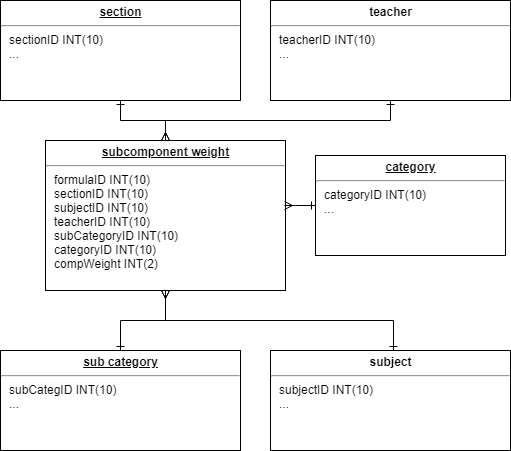
Earlier version of the draw.io export SP/Subcomponent-Weight.png (blankart/dhla-web-app). Source tidied: cells renumbered, new cells last; positions are measured from the earlier drawing's top-left corner, leaving out a move shared by most shapes. The source it was exported from:
```xml
<mxGraphModel background="#ffffff">
  <root>
    <mxCell id="0" />
    <mxCell id="1" parent="0" />
    <mxCell id="2" value="&lt;p style=&quot;margin: 0px ; margin-top: 4px ; text-align: center ; text-decoration: underline&quot;&gt;&lt;b&gt;subcomponent weight&lt;/b&gt;&lt;/p&gt;&lt;hr&gt;&lt;p style=&quot;margin: 0px ; margin-left: 8px&quot;&gt;formulaID INT(10)&lt;/p&gt;&lt;p style=&quot;margin: 0px ; margin-left: 8px&quot;&gt;sectionID INT(10)&lt;/p&gt;&lt;p style=&quot;margin: 0px ; margin-left: 8px&quot;&gt;subjectID INT(10)&lt;/p&gt;&lt;p style=&quot;margin: 0px ; margin-left: 8px&quot;&gt;teacherID INT(10)&lt;/p&gt;&lt;p style=&quot;margin: 0px ; margin-left: 8px&quot;&gt;subCategoryID INT(10)&lt;/p&gt;&lt;p style=&quot;margin: 0px ; margin-left: 8px&quot;&gt;categoryID INT(10)&lt;/p&gt;&lt;p style=&quot;margin: 0px ; margin-left: 8px&quot;&gt;compWeight INT(2)&lt;/p&gt;" style="verticalAlign=top;align=left;overflow=fill;fontSize=12;fontFamily=Helvetica;html=1;rounded=0;shadow=0;comic=0;labelBackgroundColor=none;strokeColor=#000000;strokeWidth=1;fillColor=#ffffff;" parent="1" vertex="1">
      <mxGeometry x="45" y="140" width="240" height="150" as="geometry" />
    </mxCell>
    <mxCell id="3" value="&lt;p style=&quot;margin: 0px ; margin-top: 4px ; text-align: center ; text-decoration: underline&quot;&gt;&lt;b&gt;sub category&lt;/b&gt;&lt;/p&gt;&lt;hr&gt;&lt;p style=&quot;margin: 0px ; margin-left: 8px&quot;&gt;subCategID INT(10)&lt;/p&gt;&lt;p style=&quot;margin: 0px ; margin-left: 8px&quot;&gt;...&lt;/p&gt;" style="verticalAlign=top;align=left;overflow=fill;fontSize=12;fontFamily=Helvetica;html=1;rounded=0;shadow=0;comic=0;labelBackgroundColor=none;strokeColor=#000000;strokeWidth=1;fillColor=#ffffff;" parent="1" vertex="1">
      <mxGeometry y="350" width="240" height="100" as="geometry" />
    </mxCell>
    <mxCell id="4" value="&lt;p style=&quot;margin: 4px 0px 0px ; text-align: center&quot;&gt;&lt;b&gt;subject&lt;/b&gt;&lt;/p&gt;&lt;hr&gt;&lt;p style=&quot;margin: 0px 0px 0px 8px&quot;&gt;subjectID INT(10)&lt;/p&gt;&lt;p style=&quot;margin: 0px 0px 0px 8px&quot;&gt;...&lt;/p&gt;" style="verticalAlign=top;align=left;overflow=fill;fontSize=12;fontFamily=Helvetica;html=1;rounded=0;shadow=0;comic=0;labelBackgroundColor=none;strokeColor=#000000;strokeWidth=1;fillColor=#ffffff;" parent="1" vertex="1">
      <mxGeometry x="270" y="350" width="240" height="100" as="geometry" />
    </mxCell>
    <mxCell id="5" style="endArrow=ERmany;html=1;entryX=0.5;entryY=1;entryDx=0;entryDy=0;edgeStyle=orthogonalEdgeStyle;rounded=0;exitX=0.5;exitY=0;exitDx=0;exitDy=0;startArrow=ERone;startFill=0;endFill=0;" parent="1" edge="1" source="3" target="2">
      <mxGeometry relative="1" as="geometry">
        <Array as="points">
          <mxPoint x="120" y="320" />
          <mxPoint x="165" y="320" />
        </Array>
      </mxGeometry>
    </mxCell>
    <mxCell id="6" style="endArrow=ERmany;html=1;edgeStyle=orthogonalEdgeStyle;rounded=0;exitX=0.513;exitY=-0.004;exitDx=0;exitDy=0;startArrow=ERone;startFill=0;endFill=0;exitPerimeter=0;" parent="1" edge="1" source="4">
      <mxGeometry relative="1" as="geometry">
        <mxPoint x="165" y="290" as="targetPoint" />
        <Array as="points">
          <mxPoint x="393" y="320" />
          <mxPoint x="165" y="320" />
          <mxPoint x="165" y="290" />
        </Array>
      </mxGeometry>
    </mxCell>
    <mxCell id="7" value="&lt;p style=&quot;margin: 4px 0px 0px ; text-align: center&quot;&gt;&lt;b&gt;teacher&lt;/b&gt;&lt;/p&gt;&lt;hr&gt;&lt;p style=&quot;margin: 0px 0px 0px 8px&quot;&gt;teacherID INT(10)&lt;/p&gt;&lt;p style=&quot;margin: 0px 0px 0px 8px&quot;&gt;...&lt;/p&gt;" style="verticalAlign=top;align=left;overflow=fill;fontSize=12;fontFamily=Helvetica;html=1;rounded=0;shadow=0;comic=0;labelBackgroundColor=none;strokeColor=#000000;strokeWidth=1;fillColor=#ffffff;" parent="1" vertex="1">
      <mxGeometry x="270" width="240" height="100" as="geometry" />
    </mxCell>
    <mxCell id="8" value="&lt;p style=&quot;margin: 0px ; margin-top: 4px ; text-align: center ; text-decoration: underline&quot;&gt;&lt;b&gt;section&lt;/b&gt;&lt;/p&gt;&lt;hr&gt;&lt;p style=&quot;margin: 0px ; margin-left: 8px&quot;&gt;sectionID INT(10)&lt;/p&gt;&lt;p style=&quot;margin: 0px ; margin-left: 8px&quot;&gt;...&lt;/p&gt;" style="verticalAlign=top;align=left;overflow=fill;fontSize=12;fontFamily=Helvetica;html=1;rounded=0;shadow=0;comic=0;labelBackgroundColor=none;strokeColor=#000000;strokeWidth=1;fillColor=#ffffff;" parent="1" vertex="1">
      <mxGeometry width="240" height="100" as="geometry" />
    </mxCell>
    <mxCell id="9" style="endArrow=ERmany;html=1;edgeStyle=orthogonalEdgeStyle;rounded=0;exitX=0.5;exitY=1;exitDx=0;exitDy=0;startArrow=ERone;startFill=0;endFill=0;" parent="1" edge="1" source="8">
      <mxGeometry relative="1" as="geometry">
        <mxPoint x="165" y="140" as="targetPoint" />
        <Array as="points">
          <mxPoint x="120" y="120" />
          <mxPoint x="165" y="120" />
          <mxPoint x="165" y="140" />
        </Array>
      </mxGeometry>
    </mxCell>
    <mxCell id="10" style="endArrow=ERmany;html=1;edgeStyle=orthogonalEdgeStyle;rounded=0;exitX=0.5;exitY=1;exitDx=0;exitDy=0;startArrow=ERone;startFill=0;endFill=0;" parent="1" edge="1" source="7">
      <mxGeometry relative="1" as="geometry">
        <mxPoint x="165" y="140" as="targetPoint" />
      </mxGeometry>
    </mxCell>
    <mxCell id="11" value="&lt;p style=&quot;margin: 0px ; margin-top: 4px ; text-align: center ; text-decoration: underline&quot;&gt;&lt;b&gt;category&lt;/b&gt;&lt;/p&gt;&lt;hr&gt;&lt;p style=&quot;margin: 0px ; margin-left: 8px&quot;&gt;categoryID INT(10)&lt;/p&gt;&lt;p style=&quot;margin: 0px ; margin-left: 8px&quot;&gt;...&lt;/p&gt;" style="verticalAlign=top;align=left;overflow=fill;fontSize=12;fontFamily=Helvetica;html=1;rounded=0;shadow=0;comic=0;labelBackgroundColor=none;strokeColor=#000000;strokeWidth=1;fillColor=#ffffff;" parent="1" vertex="1">
      <mxGeometry x="315" y="155" width="190" height="100" as="geometry" />
    </mxCell>
    <mxCell id="12" style="endArrow=ERmany;html=1;edgeStyle=orthogonalEdgeStyle;rounded=0;exitX=0;exitY=0.5;exitDx=0;exitDy=0;startArrow=ERone;startFill=0;endFill=0;entryX=0.997;entryY=0.436;entryDx=0;entryDy=0;entryPerimeter=0;" parent="1" edge="1" source="11" target="2">
      <mxGeometry relative="1" as="geometry">
        <Array as="points">
          <mxPoint x="295" y="205" />
          <mxPoint x="295" y="205" />
        </Array>
      </mxGeometry>
    </mxCell>
  </root>
</mxGraphModel>
```
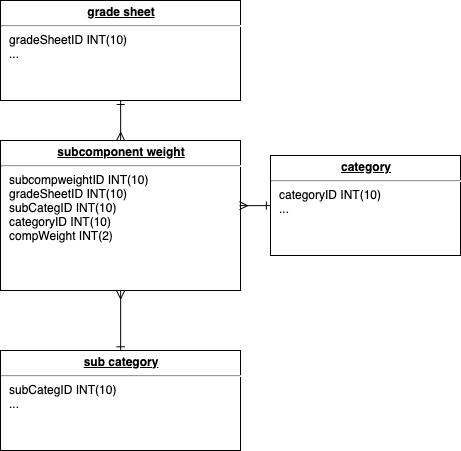
Above is the later version.

Change to the diagram source:
```diff
@@ -2,54 +2,32 @@
   <root>
     <mxCell id="0" />
     <mxCell id="1" parent="0" />
-    <mxCell id="2" value="&lt;p style=&quot;margin: 0px ; margin-top: 4px ; text-align: center ; text-decoration: underline&quot;&gt;&lt;b&gt;subcomponent weight&lt;/b&gt;&lt;/p&gt;&lt;hr&gt;&lt;p style=&quot;margin: 0px ; margin-left: 8px&quot;&gt;formulaID INT(10)&lt;/p&gt;&lt;p style=&quot;margin: 0px ; margin-left: 8px&quot;&gt;sectionID INT(10)&lt;/p&gt;&lt;p style=&quot;margin: 0px ; margin-left: 8px&quot;&gt;subjectID INT(10)&lt;/p&gt;&lt;p style=&quot;margin: 0px ; margin-left: 8px&quot;&gt;teacherID INT(10)&lt;/p&gt;&lt;p style=&quot;margin: 0px ; margin-left: 8px&quot;&gt;subCategoryID INT(10)&lt;/p&gt;&lt;p style=&quot;margin: 0px ; margin-left: 8px&quot;&gt;categoryID INT(10)&lt;/p&gt;&lt;p style=&quot;margin: 0px ; margin-left: 8px&quot;&gt;compWeight INT(2)&lt;/p&gt;" style="verticalAlign=top;align=left;overflow=fill;fontSize=12;fontFamily=Helvetica;html=1;rounded=0;shadow=0;comic=0;labelBackgroundColor=none;strokeColor=#000000;strokeWidth=1;fillColor=#ffffff;" parent="1" vertex="1">
+    <mxCell id="2" value="&lt;p style=&quot;margin: 0px ; margin-top: 4px ; text-align: center ; text-decoration: underline&quot;&gt;&lt;b&gt;subcomponent weight&lt;/b&gt;&lt;/p&gt;&lt;hr&gt;&lt;p style=&quot;margin: 0px ; margin-left: 8px&quot;&gt;subcompweightID INT(10)&lt;/p&gt;&lt;p style=&quot;margin: 0px ; margin-left: 8px&quot;&gt;gradeSheetID INT(10)&lt;/p&gt;&lt;p style=&quot;margin: 0px ; margin-left: 8px&quot;&gt;subCategID INT(10)&lt;/p&gt;&lt;p style=&quot;margin: 0px ; margin-left: 8px&quot;&gt;categoryID INT(10)&lt;/p&gt;&lt;p style=&quot;margin: 0px ; margin-left: 8px&quot;&gt;compWeight INT(2)&lt;/p&gt;" style="verticalAlign=top;align=left;overflow=fill;fontSize=12;fontFamily=Helvetica;html=1;rounded=0;shadow=0;comic=0;labelBackgroundColor=none;strokeColor=#000000;strokeWidth=1;fillColor=#ffffff;" parent="1" vertex="1">
       <mxGeometry x="45" y="140" width="240" height="150" as="geometry" />
     </mxCell>
     <mxCell id="3" value="&lt;p style=&quot;margin: 0px ; margin-top: 4px ; text-align: center ; text-decoration: underline&quot;&gt;&lt;b&gt;sub category&lt;/b&gt;&lt;/p&gt;&lt;hr&gt;&lt;p style=&quot;margin: 0px ; margin-left: 8px&quot;&gt;subCategID INT(10)&lt;/p&gt;&lt;p style=&quot;margin: 0px ; margin-left: 8px&quot;&gt;...&lt;/p&gt;" style="verticalAlign=top;align=left;overflow=fill;fontSize=12;fontFamily=Helvetica;html=1;rounded=0;shadow=0;comic=0;labelBackgroundColor=none;strokeColor=#000000;strokeWidth=1;fillColor=#ffffff;" parent="1" vertex="1">
-      <mxGeometry y="350" width="240" height="100" as="geometry" />
+      <mxGeometry x="45" y="350" width="240" height="100" as="geometry" />
     </mxCell>
-    <mxCell id="4" value="&lt;p style=&quot;margin: 4px 0px 0px ; text-align: center&quot;&gt;&lt;b&gt;subject&lt;/b&gt;&lt;/p&gt;&lt;hr&gt;&lt;p style=&quot;margin: 0px 0px 0px 8px&quot;&gt;subjectID INT(10)&lt;/p&gt;&lt;p style=&quot;margin: 0px 0px 0px 8px&quot;&gt;...&lt;/p&gt;" style="verticalAlign=top;align=left;overflow=fill;fontSize=12;fontFamily=Helvetica;html=1;rounded=0;shadow=0;comic=0;labelBackgroundColor=none;strokeColor=#000000;strokeWidth=1;fillColor=#ffffff;" parent="1" vertex="1">
-      <mxGeometry x="270" y="350" width="240" height="100" as="geometry" />
-    </mxCell>
     <mxCell id="5" style="endArrow=ERmany;html=1;entryX=0.5;entryY=1;entryDx=0;entryDy=0;edgeStyle=orthogonalEdgeStyle;rounded=0;exitX=0.5;exitY=0;exitDx=0;exitDy=0;startArrow=ERone;startFill=0;endFill=0;" parent="1" edge="1" source="3" target="2">
       <mxGeometry relative="1" as="geometry">
         <Array as="points">
-          <mxPoint x="120" y="320" />
-          <mxPoint x="165" y="320" />
+          <mxPoint x="165" y="340" />
+          <mxPoint x="165" y="340" />
         </Array>
       </mxGeometry>
     </mxCell>
-    <mxCell id="6" style="endArrow=ERmany;html=1;edgeStyle=orthogonalEdgeStyle;rounded=0;exitX=0.513;exitY=-0.004;exitDx=0;exitDy=0;startArrow=ERone;startFill=0;endFill=0;exitPerimeter=0;" parent="1" edge="1" source="4">
-      <mxGeometry relative="1" as="geometry">
-        <mxPoint x="165" y="290" as="targetPoint" />
-        <Array as="points">
-          <mxPoint x="393" y="320" />
-          <mxPoint x="165" y="320" />
-          <mxPoint x="165" y="290" />
-        </Array>
-      </mxGeometry>
-    </mxCell>
-    <mxCell id="7" value="&lt;p style=&quot;margin: 4px 0px 0px ; text-align: center&quot;&gt;&lt;b&gt;teacher&lt;/b&gt;&lt;/p&gt;&lt;hr&gt;&lt;p style=&quot;margin: 0px 0px 0px 8px&quot;&gt;teacherID INT(10)&lt;/p&gt;&lt;p style=&quot;margin: 0px 0px 0px 8px&quot;&gt;...&lt;/p&gt;" style="verticalAlign=top;align=left;overflow=fill;fontSize=12;fontFamily=Helvetica;html=1;rounded=0;shadow=0;comic=0;labelBackgroundColor=none;strokeColor=#000000;strokeWidth=1;fillColor=#ffffff;" parent="1" vertex="1">
-      <mxGeometry x="270" width="240" height="100" as="geometry" />
-    </mxCell>
-    <mxCell id="8" value="&lt;p style=&quot;margin: 0px ; margin-top: 4px ; text-align: center ; text-decoration: underline&quot;&gt;&lt;b&gt;section&lt;/b&gt;&lt;/p&gt;&lt;hr&gt;&lt;p style=&quot;margin: 0px ; margin-left: 8px&quot;&gt;sectionID INT(10)&lt;/p&gt;&lt;p style=&quot;margin: 0px ; margin-left: 8px&quot;&gt;...&lt;/p&gt;" style="verticalAlign=top;align=left;overflow=fill;fontSize=12;fontFamily=Helvetica;html=1;rounded=0;shadow=0;comic=0;labelBackgroundColor=none;strokeColor=#000000;strokeWidth=1;fillColor=#ffffff;" parent="1" vertex="1">
-      <mxGeometry width="240" height="100" as="geometry" />
+    <mxCell id="8" value="&lt;p style=&quot;margin: 0px ; margin-top: 4px ; text-align: center ; text-decoration: underline&quot;&gt;&lt;b&gt;grade sheet&lt;/b&gt;&lt;/p&gt;&lt;hr&gt;&lt;p style=&quot;margin: 0px ; margin-left: 8px&quot;&gt;gradeSheetID INT(10)&lt;/p&gt;&lt;p style=&quot;margin: 0px ; margin-left: 8px&quot;&gt;...&lt;/p&gt;" style="verticalAlign=top;align=left;overflow=fill;fontSize=12;fontFamily=Helvetica;html=1;rounded=0;shadow=0;comic=0;labelBackgroundColor=none;strokeColor=#000000;strokeWidth=1;fillColor=#ffffff;" parent="1" vertex="1">
+      <mxGeometry x="45" width="240" height="100" as="geometry" />
     </mxCell>
     <mxCell id="9" style="endArrow=ERmany;html=1;edgeStyle=orthogonalEdgeStyle;rounded=0;exitX=0.5;exitY=1;exitDx=0;exitDy=0;startArrow=ERone;startFill=0;endFill=0;" parent="1" edge="1" source="8">
       <mxGeometry relative="1" as="geometry">
         <mxPoint x="165" y="140" as="targetPoint" />
         <Array as="points">
-          <mxPoint x="120" y="120" />
           <mxPoint x="165" y="120" />
-          <mxPoint x="165" y="140" />
+          <mxPoint x="165" y="120" />
         </Array>
       </mxGeometry>
     </mxCell>
-    <mxCell id="10" style="endArrow=ERmany;html=1;edgeStyle=orthogonalEdgeStyle;rounded=0;exitX=0.5;exitY=1;exitDx=0;exitDy=0;startArrow=ERone;startFill=0;endFill=0;" parent="1" edge="1" source="7">
-      <mxGeometry relative="1" as="geometry">
-        <mxPoint x="165" y="140" as="targetPoint" />
-      </mxGeometry>
-    </mxCell>
     <mxCell id="11" value="&lt;p style=&quot;margin: 0px ; margin-top: 4px ; text-align: center ; text-decoration: underline&quot;&gt;&lt;b&gt;category&lt;/b&gt;&lt;/p&gt;&lt;hr&gt;&lt;p style=&quot;margin: 0px ; margin-left: 8px&quot;&gt;categoryID INT(10)&lt;/p&gt;&lt;p style=&quot;margin: 0px ; margin-left: 8px&quot;&gt;...&lt;/p&gt;" style="verticalAlign=top;align=left;overflow=fill;fontSize=12;fontFamily=Helvetica;html=1;rounded=0;shadow=0;comic=0;labelBackgroundColor=none;strokeColor=#000000;strokeWidth=1;fillColor=#ffffff;" parent="1" vertex="1">
       <mxGeometry x="315" y="155" width="190" height="100" as="geometry" />
     </mxCell>
```
